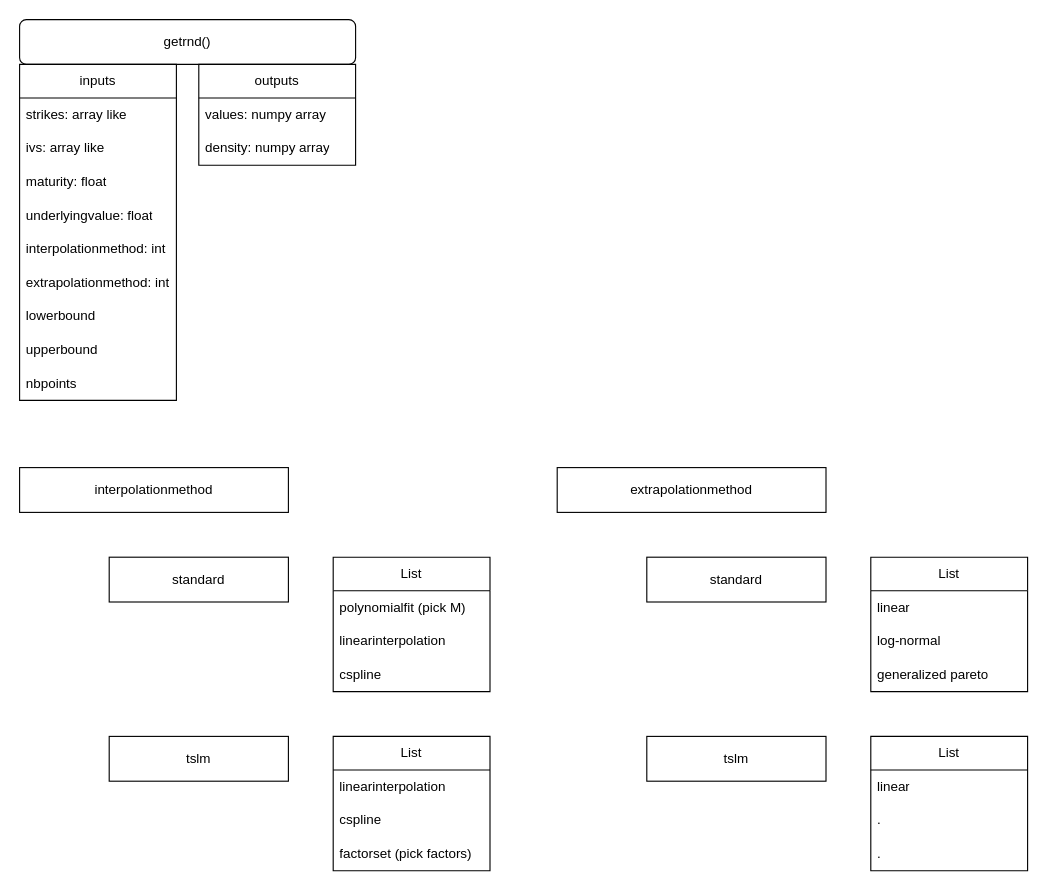
The draw.io diagram page "Overview" (1 of 2) of implied_rnd.drawio in IDontReallyCode/implied_rnd, before the edit. Source tidied: cells renumbered, new cells numbered last; positions are measured from the earlier drawing's top-left corner, leaving out a move shared by most shapes. Both pictures are drawn from the tidied source at 112%, with x=0, y=0 at pixel (19, 19).
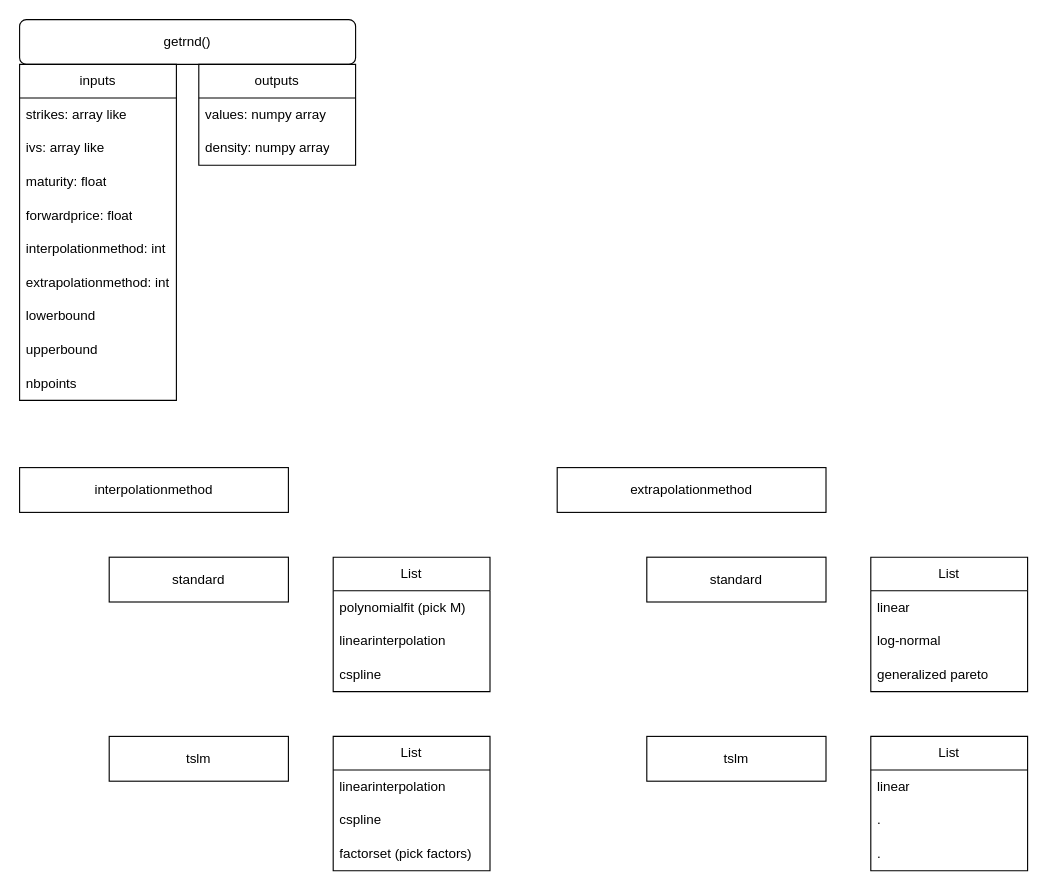
The same page after the edit.

The change refers to these unchanged cells:
```xml
<mxCell id="3" value="inputs" style="swimlane;fontStyle=0;horizontal=1;startSize=30;whiteSpace=wrap;html=1;" parent="1" vertex="1">
  <mxGeometry y="40" width="140" height="300" as="geometry" />
</mxCell>
```

The edit, as a diff of the source:
```diff
@@
-    <mxCell id="7" value="underlyingvalue: float" style="text;strokeColor=none;fillColor=none;align=left;verticalAlign=middle;spacingLeft=4;spacingRight=4;overflow=hidden;whiteSpace=wrap;html=1;" parent="3" vertex="1">
+    <mxCell id="7" value="forwardprice: float" style="text;strokeColor=none;fillColor=none;align=left;verticalAlign=middle;spacingLeft=4;spacingRight=4;overflow=hidden;whiteSpace=wrap;html=1;" parent="3" vertex="1">
       <mxGeometry y="120" width="140" height="30" as="geometry" />
     </mxCell>
```
